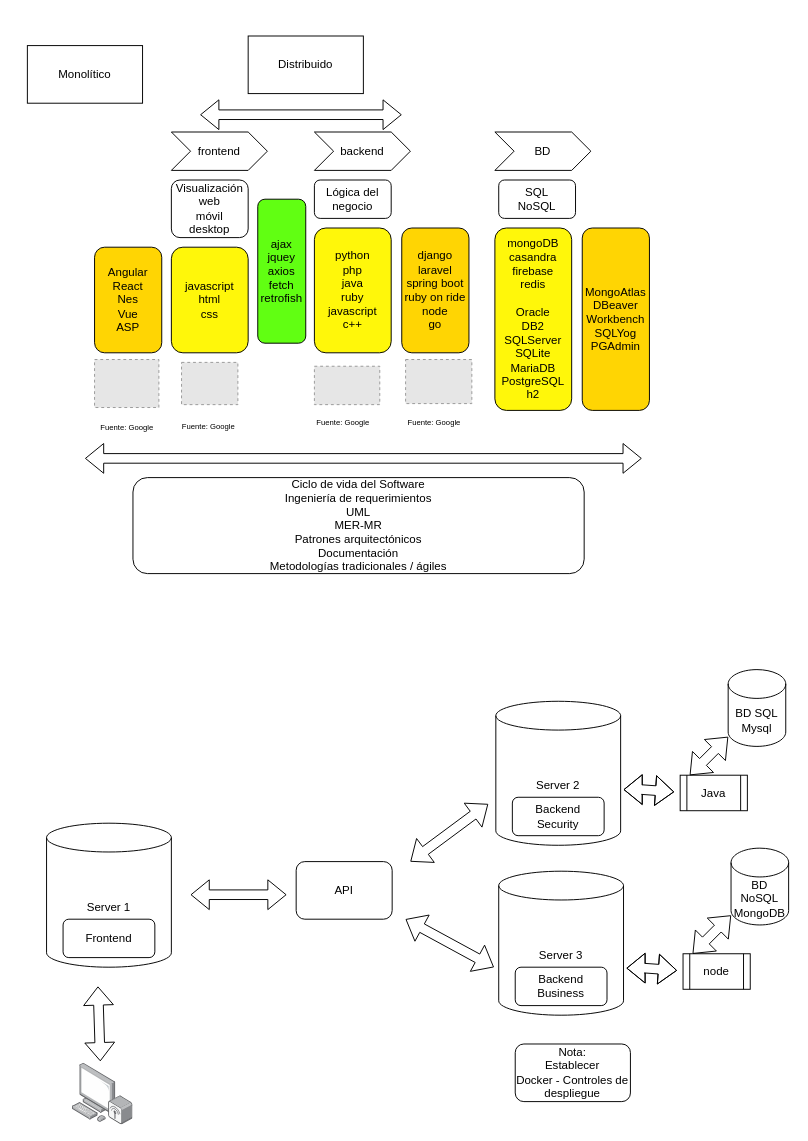
The draw.io diagram StackTecnologico/SD.drawio in DeveloperCode-FullStack/ponencia, before the edit. Source tidied: cells renumbered, new cells numbered last; positions are measured from the earlier drawing's top-left corner, leaving out a move shared by most shapes. Both pictures are drawn from the tidied source at 96%, with x=0, y=0 at pixel (27, 36). Pictures stored in the file or linked from it are replaced by grey dashed boxes.
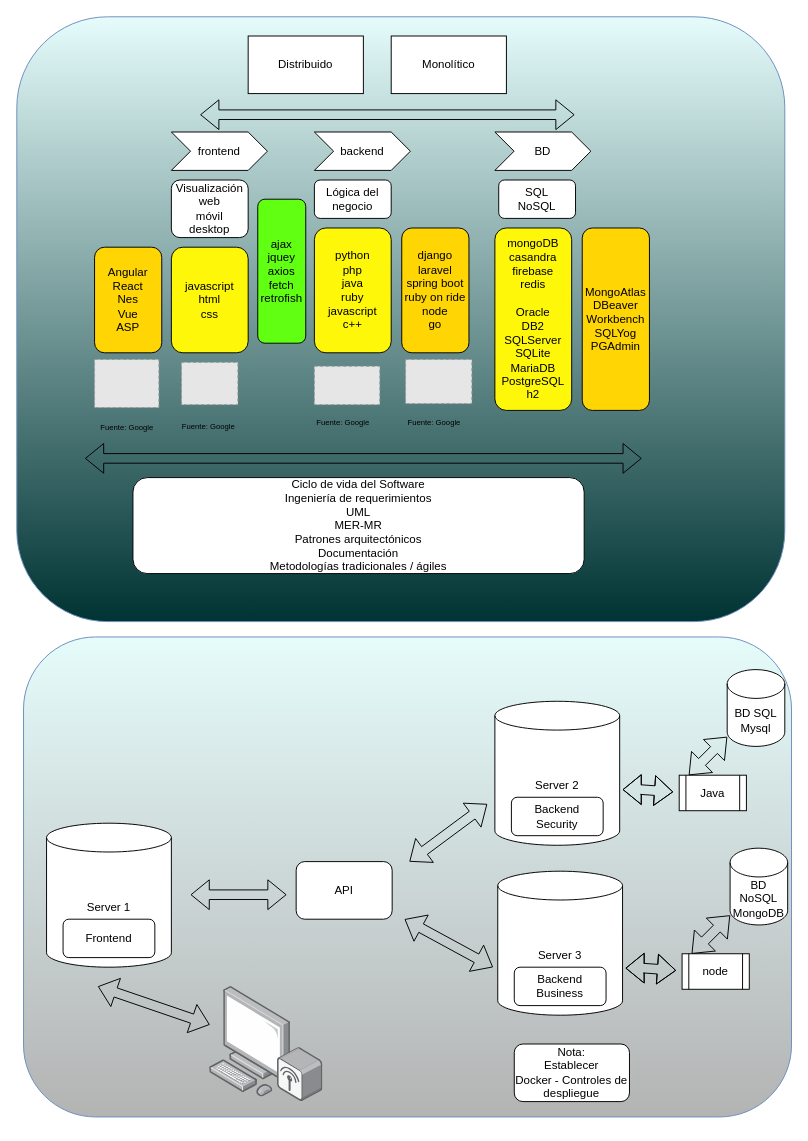
The same page after the edit.

Change to the diagram source:
```diff
@@
+    <mxCell id="49" style="rounded=1;whiteSpace=wrap;html=1;fillColor=#E5FCFB;gradientColor=#B3B3B3;strokeColor=#6c8ebf;" parent="1" vertex="1">
+      <mxGeometry x="-4" y="626" width="800" height="500" as="geometry" />
+    </mxCell>
+    <mxCell id="50" style="rounded=1;whiteSpace=wrap;html=1;fillColor=#E5FCFB;gradientColor=#003333;strokeColor=#6c8ebf;" parent="1" vertex="1">
+      <mxGeometry x="-11" y="-20" width="800" height="630" as="geometry" />
+    </mxCell>
@@
     <mxCell id="3" value="Monolítico" style="rounded=0;whiteSpace=wrap;html=1;" parent="1" vertex="1">
-      <mxGeometry y="10" width="120" height="60" as="geometry" />
+      <mxGeometry x="379" width="120" height="60" as="geometry" />
     </mxCell>
@@
     <mxCell id="8" style="shape=flexArrow;endArrow=classic;startArrow=classic;html=1;rounded=0;" parent="1" edge="1">
       <mxGeometry relative="1" as="geometry">
         <mxPoint x="180" y="82" as="sourcePoint" />
-        <mxPoint x="390" y="82" as="targetPoint" />
+        <mxPoint x="570" y="82" as="targetPoint" />
       </mxGeometry>
     </mxCell>
@@
     <mxCell id="30" value="Server 2" style="shape=cylinder3;whiteSpace=wrap;html=1;boundedLbl=1;backgroundOutline=1;size=15;" parent="1" vertex="1">
-      <mxGeometry x="488" y="693" width="130" height="150" as="geometry" />
+      <mxGeometry x="487" y="693" width="130" height="150" as="geometry" />
     </mxCell>
     <mxCell id="31" value="Backend&lt;br&gt;Security" style="rounded=1;whiteSpace=wrap;html=1;" parent="1" vertex="1">
-      <mxGeometry x="505.2" y="793" width="95.6" height="40" as="geometry" />
+      <mxGeometry x="504.2" y="793" width="95.6" height="40" as="geometry" />
     </mxCell>
     <mxCell id="32" value="Server 3" style="shape=cylinder3;whiteSpace=wrap;html=1;boundedLbl=1;backgroundOutline=1;size=15;" parent="1" vertex="1">
-      <mxGeometry x="491" y="870" width="130" height="150" as="geometry" />
+      <mxGeometry x="490" y="870" width="130" height="150" as="geometry" />
     </mxCell>
     <mxCell id="33" value="Backend&lt;br&gt;Business" style="rounded=1;whiteSpace=wrap;html=1;" parent="1" vertex="1">
-      <mxGeometry x="508.2" y="970" width="95.6" height="40" as="geometry" />
+      <mxGeometry x="507.2" y="970" width="95.6" height="40" as="geometry" />
     </mxCell>
@@
     <mxCell id="36" style="shape=flexArrow;endArrow=classic;startArrow=classic;html=1;rounded=0;" parent="1" edge="1">
       <mxGeometry relative="1" as="geometry">
-        <mxPoint x="399" y="860" as="sourcePoint" />
-        <mxPoint x="480" y="800" as="targetPoint" />
+        <mxPoint x="398" y="860" as="sourcePoint" />
+        <mxPoint x="479" y="800" as="targetPoint" />
         <Array as="points">
-          <mxPoint x="399" y="860" />
+          <mxPoint x="398" y="860" />
         </Array>
       </mxGeometry>
     </mxCell>
     <mxCell id="37" style="shape=flexArrow;endArrow=classic;startArrow=classic;html=1;rounded=0;" parent="1" edge="1">
       <mxGeometry relative="1" as="geometry">
-        <mxPoint x="394" y="920" as="sourcePoint" />
-        <mxPoint x="486" y="970" as="targetPoint" />
+        <mxPoint x="393" y="920" as="sourcePoint" />
+        <mxPoint x="485" y="970" as="targetPoint" />
         <Array as="points">
-          <mxPoint x="394" y="920" />
+          <mxPoint x="393" y="920" />
         </Array>
       </mxGeometry>
     </mxCell>
     <mxCell id="38" style="image;points=[];html=1;align=center;shadow=0;dashed=0;image=img/lib/allied_telesis/computer_and_terminals/Personal_Computer_Wireless.svg;" parent="1" vertex="1">
-      <mxGeometry x="47" y="1070" width="63" height="64.2" as="geometry" />
+      <mxGeometry x="190" y="990" width="117.8" height="120" as="geometry" />
     </mxCell>
-    <mxCell id="39" style="shape=flexArrow;endArrow=classic;startArrow=classic;html=1;rounded=0;entryX=0.46;entryY=-0.031;entryDx=0;entryDy=0;entryPerimeter=0;" parent="1" edge="1" target="38">
+    <mxCell id="39" style="shape=flexArrow;endArrow=classic;startArrow=classic;html=1;rounded=0;" parent="1" edge="1" target="38">
       <mxGeometry relative="1" as="geometry">
         <mxPoint x="73.5" y="990" as="sourcePoint" />
         <Array as="points">
           <mxPoint x="73.5" y="990" />
         </Array>
       </mxGeometry>
     </mxCell>
     <mxCell id="40" value="BD SQL&lt;br&gt;Mysql" style="shape=cylinder3;whiteSpace=wrap;html=1;boundedLbl=1;backgroundOutline=1;size=15;" parent="1" vertex="1">
-      <mxGeometry x="730" y="660" width="60" height="80" as="geometry" />
+      <mxGeometry x="729" y="660" width="60" height="80" as="geometry" />
     </mxCell>
     <mxCell id="41" value="Java" style="shape=process;whiteSpace=wrap;html=1;backgroundOutline=1;" parent="1" vertex="1">
-      <mxGeometry x="680" y="770" width="70" height="37" as="geometry" />
+      <mxGeometry x="679" y="770" width="70" height="37" as="geometry" />
     </mxCell>
     <mxCell id="42" style="shape=flexArrow;endArrow=classic;startArrow=classic;html=1;rounded=0;entryX=-0.088;entryY=0.876;entryDx=0;entryDy=0;entryPerimeter=0;" parent="1" edge="1">
       <mxGeometry relative="1" as="geometry">
-        <mxPoint x="621" y="785" as="sourcePoint" />
-        <mxPoint x="673.8" y="787.4" as="targetPoint" />
+        <mxPoint x="620" y="785" as="sourcePoint" />
+        <mxPoint x="672.8" y="787.4" as="targetPoint" />
         <Array as="points">
-          <mxPoint x="621" y="785" />
-          <mxPoint x="640" y="785" />
+          <mxPoint x="620" y="785" />
+          <mxPoint x="639" y="785" />
         </Array>
       </mxGeometry>
     </mxCell>
     <mxCell id="43" style="shape=flexArrow;endArrow=classic;startArrow=classic;html=1;rounded=0;" parent="1" edge="1">
       <mxGeometry relative="1" as="geometry">
-        <mxPoint x="690" y="770" as="sourcePoint" />
-        <mxPoint x="730" y="730" as="targetPoint" />
+        <mxPoint x="689" y="770" as="sourcePoint" />
+        <mxPoint x="729" y="730" as="targetPoint" />
       </mxGeometry>
     </mxCell>
     <mxCell id="44" value="BD NoSQL&lt;br&gt;MongoDB" style="shape=cylinder3;whiteSpace=wrap;html=1;boundedLbl=1;backgroundOutline=1;size=15;" parent="1" vertex="1">
-      <mxGeometry x="733" y="846" width="60" height="80" as="geometry" />
+      <mxGeometry x="732" y="846" width="60" height="80" as="geometry" />
     </mxCell>
     <mxCell id="45" value="node" style="shape=process;whiteSpace=wrap;html=1;backgroundOutline=1;" parent="1" vertex="1">
-      <mxGeometry x="683" y="956" width="70" height="37" as="geometry" />
+      <mxGeometry x="682" y="956" width="70" height="37" as="geometry" />
     </mxCell>
     <mxCell id="46" style="shape=flexArrow;endArrow=classic;startArrow=classic;html=1;rounded=0;entryX=-0.088;entryY=0.876;entryDx=0;entryDy=0;entryPerimeter=0;" parent="1" edge="1">
       <mxGeometry relative="1" as="geometry">
-        <mxPoint x="624" y="971" as="sourcePoint" />
-        <mxPoint x="676.8" y="973.4" as="targetPoint" />
+        <mxPoint x="623" y="971" as="sourcePoint" />
+        <mxPoint x="675.8" y="973.4" as="targetPoint" />
         <Array as="points">
-          <mxPoint x="624" y="971" />
-          <mxPoint x="643" y="971" />
+          <mxPoint x="623" y="971" />
+          <mxPoint x="642" y="971" />
         </Array>
       </mxGeometry>
     </mxCell>
     <mxCell id="47" style="shape=flexArrow;endArrow=classic;startArrow=classic;html=1;rounded=0;" parent="1" edge="1">
       <mxGeometry relative="1" as="geometry">
-        <mxPoint x="693" y="956" as="sourcePoint" />
-        <mxPoint x="733" y="916" as="targetPoint" />
+        <mxPoint x="692" y="956" as="sourcePoint" />
+        <mxPoint x="732" y="916" as="targetPoint" />
       </mxGeometry>
     </mxCell>
     <mxCell id="48" value="Nota:&lt;br&gt;Establecer &lt;br&gt;Docker - Controles de despliegue" style="rounded=1;whiteSpace=wrap;html=1;" parent="1" vertex="1">
-      <mxGeometry x="508.2" y="1050" width="120" height="60" as="geometry" />
+      <mxGeometry x="507.2" y="1050" width="120" height="60" as="geometry" />
     </mxCell>
```
